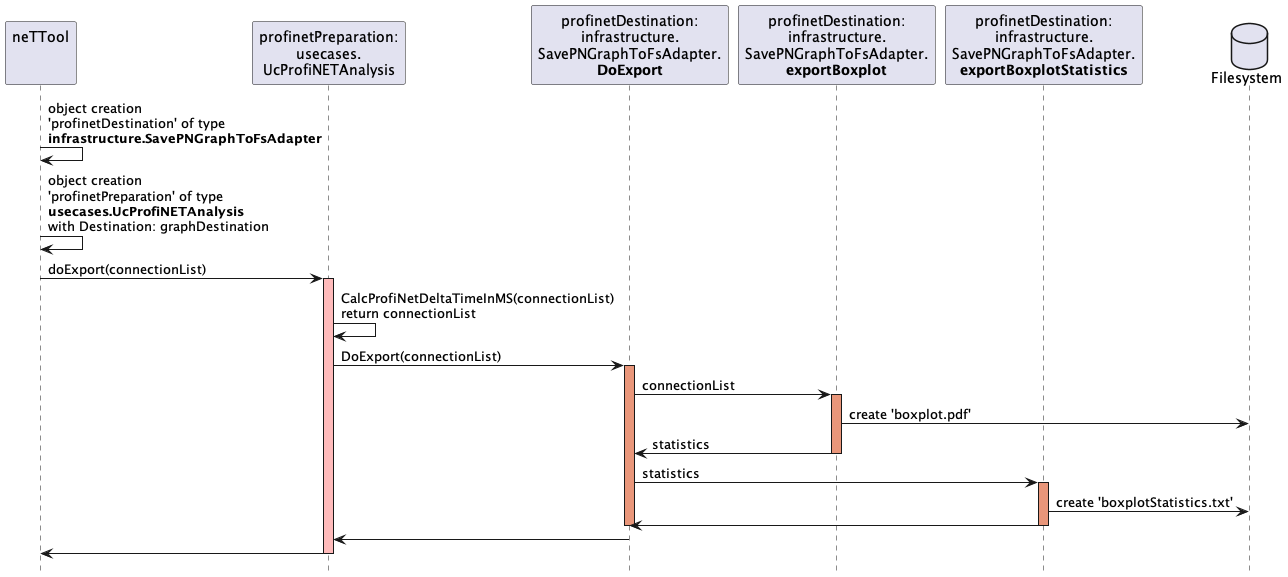
This is docu/timing_diagramm/timing_diagram_pn_creation.png from profAW/neTTool, a PlantUML export, as it was before one commit. Its diagram source:
```plantuml
@startuml timing_diagram_pn_creation
hide footbox

participant "neTTool\n\n"  as neTTool
participant "profinetPreparation:\nusecases.\nUcProfiNETAnalysis" as usecase
participant "profinetDestination:\ninfrastructure.\nSavePNGraphToFsAdapter.\n**DoExport**" as destination
participant "profinetDestination:\ninfrastructure.\nSavePNGraphToFsAdapter.\n**exportBoxplot**" as destination2
participant "profinetDestination:\ninfrastructure.\nSavePNGraphToFsAdapter.\n**exportBoxplotStatistics**" as destination3

database "Filesystem" as fs

neTTool -> neTTool: object creation \n'profinetDestination' of type \n**infrastructure.SavePNGraphToFsAdapter**
neTTool -> neTTool: object creation \n'profinetPreparation' of type \n**usecases.UcProfiNETAnalysis** \nwith Destination: graphDestination
neTTool -> usecase: doExport(connectionList)
activate usecase #FFBBBB

usecase -> usecase: CalcProfiNetDeltaTimeInMS(connectionList) \nreturn connectionList
usecase -> destination: DoExport(connectionList)
activate destination #DarkSalmon

destination -> destination2: connectionList
activate destination2 #DarkSalmon
destination2 -> fs: create 'boxplot.pdf'
destination2 -> destination: statistics
deactivate destination2

destination -> destination3: statistics
activate destination3 #DarkSalmon
destination3 -> fs: create 'boxplotStatistics.txt'
destination3 -> destination
deactivate destination3
deactivate destination
destination -> usecase
usecase -> neTTool
deactivate usecase

@enduml
```
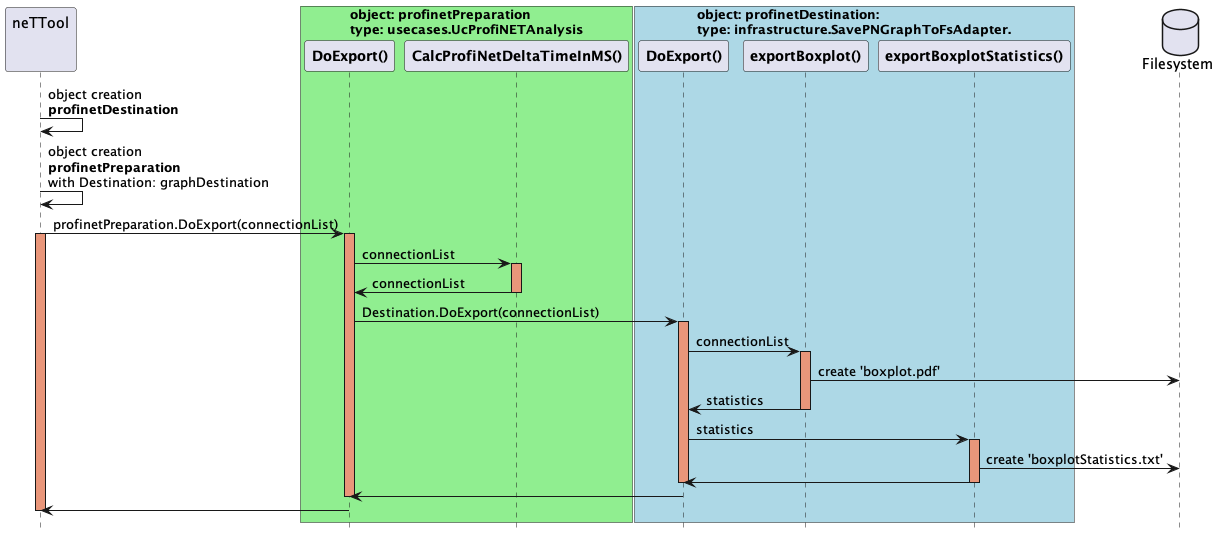
After the change.

The edit, as a diff of the source:
```diff
@@ -2,20 +2,31 @@
 hide footbox
 
 participant "neTTool\n\n"  as neTTool
-participant "profinetPreparation:\nusecases.\nUcProfiNETAnalysis" as usecase
-participant "profinetDestination:\ninfrastructure.\nSavePNGraphToFsAdapter.\n**DoExport**" as destination
-participant "profinetDestination:\ninfrastructure.\nSavePNGraphToFsAdapter.\n**exportBoxplot**" as destination2
-participant "profinetDestination:\ninfrastructure.\nSavePNGraphToFsAdapter.\n**exportBoxplotStatistics**" as destination3
+box "object: profinetPreparation\ntype: usecases.UcProfiNETAnalysis" #LightGreen
+  participant "**DoExport()**" as usecase2
+  participant "**CalcProfiNetDeltaTimeInMS()**" as usecase
+end box
 
+box "object: profinetDestination:\ntype: infrastructure.SavePNGraphToFsAdapter." #LightBlue
+  participant "**DoExport()**" as destination
+  participant "**exportBoxplot()**" as destination2
+  participant "**exportBoxplotStatistics()**" as destination3
+end box
 database "Filesystem" as fs
 
-neTTool -> neTTool: object creation \n'profinetDestination' of type \n**infrastructure.SavePNGraphToFsAdapter**
-neTTool -> neTTool: object creation \n'profinetPreparation' of type \n**usecases.UcProfiNETAnalysis** \nwith Destination: graphDestination
-neTTool -> usecase: doExport(connectionList)
-activate usecase #FFBBBB
+neTTool -> neTTool: object creation \n**profinetDestination**
+neTTool -> neTTool: object creation \n**profinetPreparation**  \nwith Destination: graphDestination
+neTTool -> usecase2: profinetPreparation.DoExport(connectionList)
+activate neTTool #DarkSalmon
+activate usecase2 #DarkSalmon
 
-usecase -> usecase: CalcProfiNetDeltaTimeInMS(connectionList) \nreturn connectionList
-usecase -> destination: DoExport(connectionList)
+usecase2 -> usecase: connectionList
+activate usecase #DarkSalmon
+usecase -> usecase2: connectionList
+deactivate usecase
+
+usecase2 -> destination: Destination.DoExport(connectionList)
+
 activate destination #DarkSalmon
 
 destination -> destination2: connectionList
@@ -30,8 +41,10 @@
 destination3 -> destination
 deactivate destination3
 deactivate destination
-destination -> usecase
-usecase -> neTTool
+destination -> usecase2
+deactivate usecase2
+usecase2 -> neTTool
 deactivate usecase
+deactivate neTTool
 
 @enduml
```
